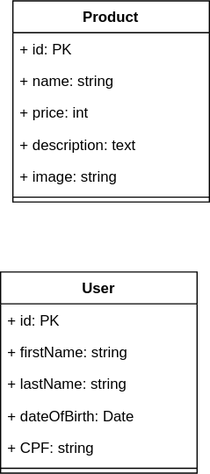
This is docs/diagrams/database.drawio.svg from Luccasoli/ecommerce, a draw.io export, as it was before one commit. Source tidied: cells renumbered, new cells last; positions are measured from the earlier drawing's top-left corner, leaving out a move shared by most shapes.
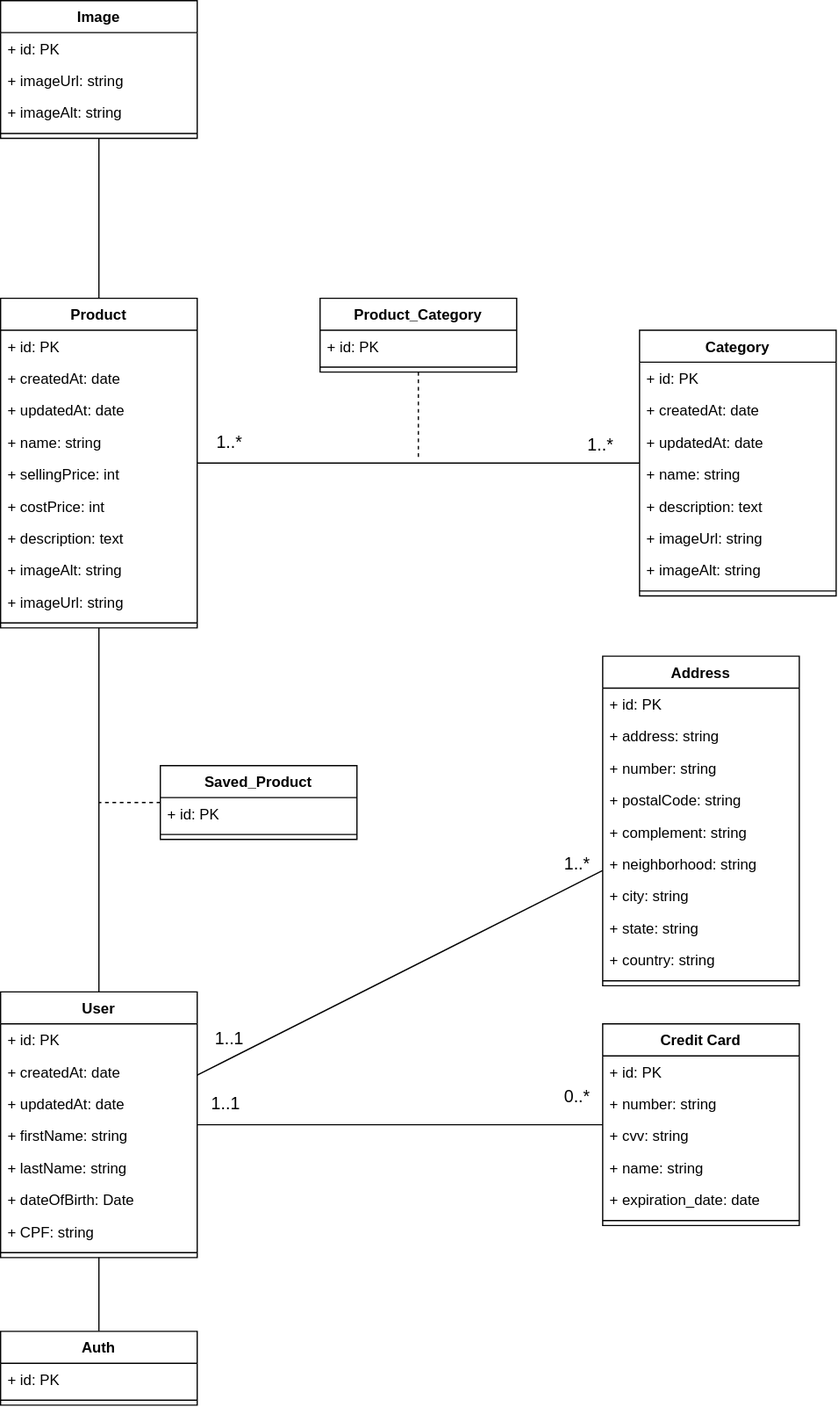
The same file after the commit.

Commit message:
docs(database-diagram): adding more tables

The edit, as a diff of the source:
```diff
@@ -2,47 +2,246 @@
   <root>
     <mxCell id="0" />
     <mxCell id="1" parent="0" />
+    <mxCell id="16" style="edgeStyle=none;html=1;fontSize=14;endArrow=none;endFill=0;" parent="1" edge="1" source="2" target="9">
+      <mxGeometry relative="1" as="geometry" />
+    </mxCell>
     <mxCell id="2" value="User" style="swimlane;fontStyle=1;align=center;verticalAlign=top;horizontal=1;startSize=26;" parent="1" vertex="1">
-      <mxGeometry y="221" width="160" height="164" as="geometry" />
+      <mxGeometry x="-50" y="494" width="160" height="216" as="geometry" />
     </mxCell>
     <mxCell id="3" value="+ id: PK" style="text;strokeColor=none;fillColor=none;align=left;verticalAlign=top;spacingLeft=4;spacingRight=4;overflow=hidden;" parent="2" vertex="1">
       <mxGeometry y="26" width="160" height="26" as="geometry" />
     </mxCell>
+    <mxCell id="17" value="+ createdAt: date" style="text;strokeColor=none;fillColor=none;align=left;verticalAlign=top;spacingLeft=4;spacingRight=4;overflow=hidden;" parent="2" vertex="1">
+      <mxGeometry y="52" width="160" height="26" as="geometry" />
+    </mxCell>
+    <mxCell id="18" value="+ updatedAt: date" style="text;strokeColor=none;fillColor=none;align=left;verticalAlign=top;spacingLeft=4;spacingRight=4;overflow=hidden;" parent="2" vertex="1">
+      <mxGeometry y="78" width="160" height="26" as="geometry" />
+    </mxCell>
     <mxCell id="4" value="+ firstName: string" style="text;strokeColor=none;fillColor=none;align=left;verticalAlign=top;spacingLeft=4;spacingRight=4;overflow=hidden;" parent="2" vertex="1">
-      <mxGeometry y="52" width="160" height="26" as="geometry" />
+      <mxGeometry y="104" width="160" height="26" as="geometry" />
     </mxCell>
     <mxCell id="5" value="+ lastName: string" style="text;strokeColor=none;fillColor=none;align=left;verticalAlign=top;spacingLeft=4;spacingRight=4;overflow=hidden;" parent="2" vertex="1">
-      <mxGeometry y="78" width="160" height="26" as="geometry" />
+      <mxGeometry y="130" width="160" height="26" as="geometry" />
     </mxCell>
     <mxCell id="6" value="+ dateOfBirth: Date" style="text;strokeColor=none;fillColor=none;align=left;verticalAlign=top;spacingLeft=4;spacingRight=4;overflow=hidden;" parent="2" vertex="1">
-      <mxGeometry y="104" width="160" height="26" as="geometry" />
+      <mxGeometry y="156" width="160" height="26" as="geometry" />
     </mxCell>
     <mxCell id="7" value="+ CPF: string" style="text;strokeColor=none;fillColor=none;align=left;verticalAlign=top;spacingLeft=4;spacingRight=4;overflow=hidden;" parent="2" vertex="1">
-      <mxGeometry y="130" width="160" height="26" as="geometry" />
+      <mxGeometry y="182" width="160" height="26" as="geometry" />
     </mxCell>
     <mxCell id="8" style="line;strokeWidth=1;fillColor=none;align=left;verticalAlign=middle;spacingTop=-1;spacingLeft=3;spacingRight=3;labelPosition=right;" parent="2" vertex="1">
-      <mxGeometry y="156" width="160" height="8" as="geometry" />
+      <mxGeometry y="208" width="160" height="8" as="geometry" />
     </mxCell>
+    <mxCell id="19" style="edgeStyle=none;html=1;endArrow=none;endFill=0;" parent="1" edge="1" source="9" target="26">
+      <mxGeometry relative="1" as="geometry" />
+    </mxCell>
+    <mxCell id="20" value="1..*" style="edgeLabel;html=1;align=center;verticalAlign=middle;fontSize=14;" parent="19" vertex="1">
+      <mxGeometry x="-0.86" y="-4" relative="1" as="geometry">
+        <mxPoint y="-22" as="offset" />
+      </mxGeometry>
+    </mxCell>
+    <mxCell id="21" value="1..*" style="edgeLabel;html=1;align=center;verticalAlign=middle;fontSize=14;" parent="19" vertex="1">
+      <mxGeometry x="0.87" y="-1" relative="1" as="geometry">
+        <mxPoint x="-10" y="-17" as="offset" />
+      </mxGeometry>
+    </mxCell>
     <mxCell id="9" value="Product" style="swimlane;fontStyle=1;align=center;verticalAlign=top;horizontal=1;startSize=26;" parent="1" vertex="1">
-      <mxGeometry x="10" width="160" height="164" as="geometry" />
+      <mxGeometry x="-50" y="-70" width="160" height="268" as="geometry" />
     </mxCell>
     <mxCell id="10" value="+ id: PK" style="text;strokeColor=none;fillColor=none;align=left;verticalAlign=top;spacingLeft=4;spacingRight=4;overflow=hidden;" parent="9" vertex="1">
       <mxGeometry y="26" width="160" height="26" as="geometry" />
     </mxCell>
+    <mxCell id="22" value="+ createdAt: date" style="text;strokeColor=none;fillColor=none;align=left;verticalAlign=top;spacingLeft=4;spacingRight=4;overflow=hidden;" parent="9" vertex="1">
+      <mxGeometry y="52" width="160" height="26" as="geometry" />
+    </mxCell>
+    <mxCell id="23" value="+ updatedAt: date" style="text;strokeColor=none;fillColor=none;align=left;verticalAlign=top;spacingLeft=4;spacingRight=4;overflow=hidden;" parent="9" vertex="1">
+      <mxGeometry y="78" width="160" height="26" as="geometry" />
+    </mxCell>
     <mxCell id="11" value="+ name: string" style="text;strokeColor=none;fillColor=none;align=left;verticalAlign=top;spacingLeft=4;spacingRight=4;overflow=hidden;" parent="9" vertex="1">
-      <mxGeometry y="52" width="160" height="26" as="geometry" />
+      <mxGeometry y="104" width="160" height="26" as="geometry" />
     </mxCell>
-    <mxCell id="12" value="+ price: int" style="text;strokeColor=none;fillColor=none;align=left;verticalAlign=top;spacingLeft=4;spacingRight=4;overflow=hidden;" parent="9" vertex="1">
-      <mxGeometry y="78" width="160" height="26" as="geometry" />
+    <mxCell id="12" value="+ sellingPrice: int" style="text;strokeColor=none;fillColor=none;align=left;verticalAlign=top;spacingLeft=4;spacingRight=4;overflow=hidden;" parent="9" vertex="1">
+      <mxGeometry y="130" width="160" height="26" as="geometry" />
     </mxCell>
+    <mxCell id="24" value="+ costPrice: int" style="text;strokeColor=none;fillColor=none;align=left;verticalAlign=top;spacingLeft=4;spacingRight=4;overflow=hidden;" parent="9" vertex="1">
+      <mxGeometry y="156" width="160" height="26" as="geometry" />
+    </mxCell>
     <mxCell id="13" value="+ description: text" style="text;strokeColor=none;fillColor=none;align=left;verticalAlign=top;spacingLeft=4;spacingRight=4;overflow=hidden;" parent="9" vertex="1">
-      <mxGeometry y="104" width="160" height="26" as="geometry" />
+      <mxGeometry y="182" width="160" height="26" as="geometry" />
     </mxCell>
+    <mxCell id="25" value="+ imageAlt: string" style="text;strokeColor=none;fillColor=none;align=left;verticalAlign=top;spacingLeft=4;spacingRight=4;overflow=hidden;" parent="9" vertex="1">
+      <mxGeometry y="208" width="160" height="26" as="geometry" />
+    </mxCell>
-    <mxCell id="14" value="+ image: string" style="text;strokeColor=none;fillColor=none;align=left;verticalAlign=top;spacingLeft=4;spacingRight=4;overflow=hidden;" parent="9" vertex="1">
-      <mxGeometry y="130" width="160" height="26" as="geometry" />
+    <mxCell id="14" value="+ imageUrl: string" style="text;strokeColor=none;fillColor=none;align=left;verticalAlign=top;spacingLeft=4;spacingRight=4;overflow=hidden;" parent="9" vertex="1">
+      <mxGeometry y="234" width="160" height="26" as="geometry" />
     </mxCell>
     <mxCell id="15" style="line;strokeWidth=1;fillColor=none;align=left;verticalAlign=middle;spacingTop=-1;spacingLeft=3;spacingRight=3;labelPosition=right;" parent="9" vertex="1">
-      <mxGeometry y="156" width="160" height="8" as="geometry" />
+      <mxGeometry y="260" width="160" height="8" as="geometry" />
     </mxCell>
+    <mxCell id="26" value="Category" style="swimlane;fontStyle=1;align=center;verticalAlign=top;horizontal=1;startSize=26;" parent="1" vertex="1">
+      <mxGeometry x="470" y="-44" width="160" height="216" as="geometry" />
+    </mxCell>
+    <mxCell id="27" value="+ id: PK" style="text;strokeColor=none;fillColor=none;align=left;verticalAlign=top;spacingLeft=4;spacingRight=4;overflow=hidden;" parent="26" vertex="1">
+      <mxGeometry y="26" width="160" height="26" as="geometry" />
+    </mxCell>
+    <mxCell id="28" value="+ createdAt: date" style="text;strokeColor=none;fillColor=none;align=left;verticalAlign=top;spacingLeft=4;spacingRight=4;overflow=hidden;" parent="26" vertex="1">
+      <mxGeometry y="52" width="160" height="26" as="geometry" />
+    </mxCell>
+    <mxCell id="29" value="+ updatedAt: date" style="text;strokeColor=none;fillColor=none;align=left;verticalAlign=top;spacingLeft=4;spacingRight=4;overflow=hidden;" parent="26" vertex="1">
+      <mxGeometry y="78" width="160" height="26" as="geometry" />
+    </mxCell>
+    <mxCell id="30" value="+ name: string" style="text;strokeColor=none;fillColor=none;align=left;verticalAlign=top;spacingLeft=4;spacingRight=4;overflow=hidden;" parent="26" vertex="1">
+      <mxGeometry y="104" width="160" height="26" as="geometry" />
+    </mxCell>
+    <mxCell id="31" value="+ description: text" style="text;strokeColor=none;fillColor=none;align=left;verticalAlign=top;spacingLeft=4;spacingRight=4;overflow=hidden;" parent="26" vertex="1">
+      <mxGeometry y="130" width="160" height="26" as="geometry" />
+    </mxCell>
+    <mxCell id="32" value="+ imageUrl: string" style="text;strokeColor=none;fillColor=none;align=left;verticalAlign=top;spacingLeft=4;spacingRight=4;overflow=hidden;" parent="26" vertex="1">
+      <mxGeometry y="156" width="160" height="26" as="geometry" />
+    </mxCell>
+    <mxCell id="33" value="+ imageAlt: string" style="text;strokeColor=none;fillColor=none;align=left;verticalAlign=top;spacingLeft=4;spacingRight=4;overflow=hidden;" parent="26" vertex="1">
+      <mxGeometry y="182" width="160" height="26" as="geometry" />
+    </mxCell>
+    <mxCell id="34" style="line;strokeWidth=1;fillColor=none;align=left;verticalAlign=middle;spacingTop=-1;spacingLeft=3;spacingRight=3;labelPosition=right;" parent="26" vertex="1">
+      <mxGeometry y="208" width="160" height="8" as="geometry" />
+    </mxCell>
+    <mxCell id="35" style="edgeStyle=none;html=1;fontSize=14;endArrow=none;endFill=0;dashed=1;" parent="1" edge="1" source="36">
+      <mxGeometry relative="1" as="geometry">
+        <mxPoint x="290" y="60" as="targetPoint" />
+      </mxGeometry>
+    </mxCell>
+    <mxCell id="36" value="Product_Category" style="swimlane;fontStyle=1;align=center;verticalAlign=top;horizontal=1;startSize=26;" parent="1" vertex="1">
+      <mxGeometry x="210" y="-70" width="160" height="60" as="geometry" />
+    </mxCell>
+    <mxCell id="37" value="+ id: PK" style="text;strokeColor=none;fillColor=none;align=left;verticalAlign=top;spacingLeft=4;spacingRight=4;overflow=hidden;" parent="36" vertex="1">
+      <mxGeometry y="26" width="160" height="26" as="geometry" />
+    </mxCell>
+    <mxCell id="38" style="line;strokeWidth=1;fillColor=none;align=left;verticalAlign=middle;spacingTop=-1;spacingLeft=3;spacingRight=3;labelPosition=right;" parent="36" vertex="1">
+      <mxGeometry y="52" width="160" height="8" as="geometry" />
+    </mxCell>
+    <mxCell id="39" style="edgeStyle=none;html=1;fontSize=14;endArrow=none;endFill=0;" parent="1" edge="1" source="42" target="2">
+      <mxGeometry relative="1" as="geometry" />
+    </mxCell>
+    <mxCell id="40" value="1..*" style="edgeLabel;html=1;align=center;verticalAlign=middle;fontSize=14;" parent="39" vertex="1">
+      <mxGeometry x="-0.87" y="1" relative="1" as="geometry">
+        <mxPoint y="-18" as="offset" />
+      </mxGeometry>
+    </mxCell>
+    <mxCell id="41" value="1..1" style="edgeLabel;html=1;align=center;verticalAlign=middle;fontSize=14;" parent="39" vertex="1">
+      <mxGeometry x="0.86" y="5" relative="1" as="geometry">
+        <mxPoint y="-23" as="offset" />
+      </mxGeometry>
+    </mxCell>
+    <mxCell id="42" value="Address" style="swimlane;fontStyle=1;align=center;verticalAlign=top;horizontal=1;startSize=26;" parent="1" vertex="1">
+      <mxGeometry x="440" y="221" width="160" height="268" as="geometry" />
+    </mxCell>
+    <mxCell id="43" value="+ id: PK" style="text;strokeColor=none;fillColor=none;align=left;verticalAlign=top;spacingLeft=4;spacingRight=4;overflow=hidden;" parent="42" vertex="1">
+      <mxGeometry y="26" width="160" height="26" as="geometry" />
+    </mxCell>
+    <mxCell id="44" value="+ address: string" style="text;strokeColor=none;fillColor=none;align=left;verticalAlign=top;spacingLeft=4;spacingRight=4;overflow=hidden;" parent="42" vertex="1">
+      <mxGeometry y="52" width="160" height="26" as="geometry" />
+    </mxCell>
+    <mxCell id="45" value="+ number: string" style="text;strokeColor=none;fillColor=none;align=left;verticalAlign=top;spacingLeft=4;spacingRight=4;overflow=hidden;" parent="42" vertex="1">
+      <mxGeometry y="78" width="160" height="26" as="geometry" />
+    </mxCell>
+    <mxCell id="46" value="+ postalCode: string" style="text;strokeColor=none;fillColor=none;align=left;verticalAlign=top;spacingLeft=4;spacingRight=4;overflow=hidden;" parent="42" vertex="1">
+      <mxGeometry y="104" width="160" height="26" as="geometry" />
+    </mxCell>
+    <mxCell id="47" value="+ complement: string" style="text;strokeColor=none;fillColor=none;align=left;verticalAlign=top;spacingLeft=4;spacingRight=4;overflow=hidden;" parent="42" vertex="1">
+      <mxGeometry y="130" width="160" height="26" as="geometry" />
+    </mxCell>
+    <mxCell id="48" value="+ neighborhood: string" style="text;strokeColor=none;fillColor=none;align=left;verticalAlign=top;spacingLeft=4;spacingRight=4;overflow=hidden;" parent="42" vertex="1">
+      <mxGeometry y="156" width="160" height="26" as="geometry" />
+    </mxCell>
+    <mxCell id="49" value="+ city: string" style="text;strokeColor=none;fillColor=none;align=left;verticalAlign=top;spacingLeft=4;spacingRight=4;overflow=hidden;" parent="42" vertex="1">
+      <mxGeometry y="182" width="160" height="26" as="geometry" />
+    </mxCell>
+    <mxCell id="50" value="+ state: string" style="text;strokeColor=none;fillColor=none;align=left;verticalAlign=top;spacingLeft=4;spacingRight=4;overflow=hidden;" parent="42" vertex="1">
+      <mxGeometry y="208" width="160" height="26" as="geometry" />
+    </mxCell>
+    <mxCell id="51" value="+ country: string" style="text;strokeColor=none;fillColor=none;align=left;verticalAlign=top;spacingLeft=4;spacingRight=4;overflow=hidden;" parent="42" vertex="1">
+      <mxGeometry y="234" width="160" height="26" as="geometry" />
+    </mxCell>
+    <mxCell id="52" style="line;strokeWidth=1;fillColor=none;align=left;verticalAlign=middle;spacingTop=-1;spacingLeft=3;spacingRight=3;labelPosition=right;" parent="42" vertex="1">
+      <mxGeometry y="260" width="160" height="8" as="geometry" />
+    </mxCell>
+    <mxCell id="53" style="edgeStyle=none;html=1;fontSize=14;endArrow=none;endFill=0;" parent="1" edge="1" source="56" target="2">
+      <mxGeometry relative="1" as="geometry" />
+    </mxCell>
+    <mxCell id="54" value="1..1" style="edgeLabel;html=1;align=center;verticalAlign=middle;fontSize=14;" parent="53" vertex="1">
+      <mxGeometry x="0.89" y="1" relative="1" as="geometry">
+        <mxPoint x="4" y="-19" as="offset" />
+      </mxGeometry>
+    </mxCell>
+    <mxCell id="55" value="0..*" style="edgeLabel;html=1;align=center;verticalAlign=middle;fontSize=14;" parent="53" vertex="1">
+      <mxGeometry x="-0.87" y="-2" relative="1" as="geometry">
+        <mxPoint y="-22" as="offset" />
+      </mxGeometry>
+    </mxCell>
+    <mxCell id="56" value="Credit Card" style="swimlane;fontStyle=1;align=center;verticalAlign=top;horizontal=1;startSize=26;" parent="1" vertex="1">
+      <mxGeometry x="440" y="520" width="160" height="164" as="geometry" />
+    </mxCell>
+    <mxCell id="57" value="+ id: PK" style="text;strokeColor=none;fillColor=none;align=left;verticalAlign=top;spacingLeft=4;spacingRight=4;overflow=hidden;" parent="56" vertex="1">
+      <mxGeometry y="26" width="160" height="26" as="geometry" />
+    </mxCell>
+    <mxCell id="58" value="+ number: string" style="text;strokeColor=none;fillColor=none;align=left;verticalAlign=top;spacingLeft=4;spacingRight=4;overflow=hidden;" parent="56" vertex="1">
+      <mxGeometry y="52" width="160" height="26" as="geometry" />
+    </mxCell>
+    <mxCell id="59" value="+ cvv: string" style="text;strokeColor=none;fillColor=none;align=left;verticalAlign=top;spacingLeft=4;spacingRight=4;overflow=hidden;" parent="56" vertex="1">
+      <mxGeometry y="78" width="160" height="26" as="geometry" />
+    </mxCell>
+    <mxCell id="60" value="+ name: string" style="text;strokeColor=none;fillColor=none;align=left;verticalAlign=top;spacingLeft=4;spacingRight=4;overflow=hidden;" parent="56" vertex="1">
+      <mxGeometry y="104" width="160" height="26" as="geometry" />
+    </mxCell>
+    <mxCell id="61" value="+ expiration_date: date" style="text;strokeColor=none;fillColor=none;align=left;verticalAlign=top;spacingLeft=4;spacingRight=4;overflow=hidden;" parent="56" vertex="1">
+      <mxGeometry y="130" width="160" height="26" as="geometry" />
+    </mxCell>
+    <mxCell id="62" style="line;strokeWidth=1;fillColor=none;align=left;verticalAlign=middle;spacingTop=-1;spacingLeft=3;spacingRight=3;labelPosition=right;" parent="56" vertex="1">
+      <mxGeometry y="156" width="160" height="8" as="geometry" />
+    </mxCell>
+    <mxCell id="63" style="edgeStyle=none;html=1;fontSize=14;endArrow=none;endFill=0;dashed=1;" parent="1" edge="1" source="64">
+      <mxGeometry relative="1" as="geometry">
+        <mxPoint x="30" y="340" as="targetPoint" />
+      </mxGeometry>
+    </mxCell>
+    <mxCell id="64" value="Saved_Product" style="swimlane;fontStyle=1;align=center;verticalAlign=top;horizontal=1;startSize=26;" parent="1" vertex="1">
+      <mxGeometry x="80" y="310" width="160" height="60" as="geometry" />
+    </mxCell>
+    <mxCell id="65" value="+ id: PK" style="text;strokeColor=none;fillColor=none;align=left;verticalAlign=top;spacingLeft=4;spacingRight=4;overflow=hidden;" parent="64" vertex="1">
+      <mxGeometry y="26" width="160" height="26" as="geometry" />
+    </mxCell>
+    <mxCell id="66" style="line;strokeWidth=1;fillColor=none;align=left;verticalAlign=middle;spacingTop=-1;spacingLeft=3;spacingRight=3;labelPosition=right;" parent="64" vertex="1">
+      <mxGeometry y="52" width="160" height="8" as="geometry" />
+    </mxCell>
+    <mxCell id="67" style="edgeStyle=none;html=1;fontSize=14;endArrow=none;endFill=0;" parent="1" edge="1" source="68" target="9">
+      <mxGeometry relative="1" as="geometry" />
+    </mxCell>
+    <mxCell id="68" value="Image" style="swimlane;fontStyle=1;align=center;verticalAlign=top;horizontal=1;startSize=26;" parent="1" vertex="1">
+      <mxGeometry x="-50" y="-312" width="160" height="112" as="geometry" />
+    </mxCell>
+    <mxCell id="69" value="+ id: PK" style="text;strokeColor=none;fillColor=none;align=left;verticalAlign=top;spacingLeft=4;spacingRight=4;overflow=hidden;" parent="68" vertex="1">
+      <mxGeometry y="26" width="160" height="26" as="geometry" />
+    </mxCell>
+    <mxCell id="70" value="+ imageUrl: string" style="text;strokeColor=none;fillColor=none;align=left;verticalAlign=top;spacingLeft=4;spacingRight=4;overflow=hidden;" parent="68" vertex="1">
+      <mxGeometry y="52" width="160" height="26" as="geometry" />
+    </mxCell>
+    <mxCell id="71" value="+ imageAlt: string" style="text;strokeColor=none;fillColor=none;align=left;verticalAlign=top;spacingLeft=4;spacingRight=4;overflow=hidden;" parent="68" vertex="1">
+      <mxGeometry y="78" width="160" height="26" as="geometry" />
+    </mxCell>
+    <mxCell id="72" style="line;strokeWidth=1;fillColor=none;align=left;verticalAlign=middle;spacingTop=-1;spacingLeft=3;spacingRight=3;labelPosition=right;" parent="68" vertex="1">
+      <mxGeometry y="104" width="160" height="8" as="geometry" />
+    </mxCell>
+    <mxCell id="73" style="edgeStyle=none;html=1;fontSize=14;endArrow=none;endFill=0;" parent="1" edge="1" source="74" target="2">
+      <mxGeometry relative="1" as="geometry" />
+    </mxCell>
+    <mxCell id="74" value="Auth" style="swimlane;fontStyle=1;align=center;verticalAlign=top;horizontal=1;startSize=26;" parent="1" vertex="1">
+      <mxGeometry x="-50" y="770" width="160" height="60" as="geometry" />
+    </mxCell>
+    <mxCell id="75" value="+ id: PK" style="text;strokeColor=none;fillColor=none;align=left;verticalAlign=top;spacingLeft=4;spacingRight=4;overflow=hidden;" parent="74" vertex="1">
+      <mxGeometry y="26" width="160" height="26" as="geometry" />
+    </mxCell>
+    <mxCell id="76" style="line;strokeWidth=1;fillColor=none;align=left;verticalAlign=middle;spacingTop=-1;spacingLeft=3;spacingRight=3;labelPosition=right;" parent="74" vertex="1">
+      <mxGeometry y="52" width="160" height="8" as="geometry" />
+    </mxCell>
   </root>
 </mxGraphModel>
```
